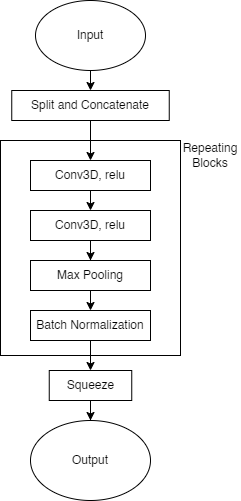
not-JASH/Trading-AI-3 keeps this draw.io diagram as MATLAB/Notes/Figures/Architecture Diagram/Set Encoding Layer.drawio.png. Above is the earlier version. Source tidied: cells renumbered, new cells last; positions are measured from the earlier drawing's top-left corner, leaving out a move shared by most shapes.
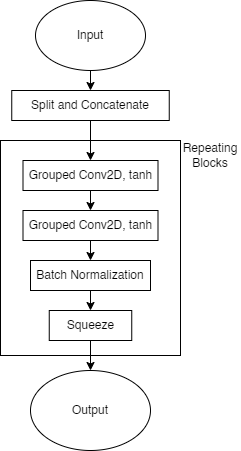
The same diagram one commit later.

Change to the diagram source:
```diff
@@ -14,38 +14,26 @@
     <mxCell id="5" value="Split and Concatenate" style="rounded=0;whiteSpace=wrap;html=1;" parent="1" vertex="1">
       <mxGeometry x="11.2" y="90" width="157.5" height="30" as="geometry" />
     </mxCell>
-    <mxCell id="6" style="edgeStyle=orthogonalEdgeStyle;rounded=0;jettySize=auto;html=1;exitX=0.5;exitY=1;exitDx=0;exitDy=0;entryX=0.5;entryY=0;entryDx=0;entryDy=0;" parent="1" edge="1" source="7" target="9">
-      <mxGeometry relative="1" as="geometry" />
-    </mxCell>
+    <mxCell id="19" style="edgeStyle=orthogonalEdgeStyle;rounded=0;jettySize=auto;html=1;exitX=0.5;exitY=1;exitDx=0;exitDy=0;entryX=0.5;entryY=0;entryDx=0;entryDy=0;" parent="1" edge="1" source="7" target="21">
+      <mxGeometry relative="1" as="geometry" />
+    </mxCell>
-    <mxCell id="7" value="Conv3D, relu" style="rounded=0;whiteSpace=wrap;html=1;" parent="1" vertex="1">
-      <mxGeometry x="30" y="160" width="120" height="30" as="geometry" />
+    <mxCell id="7" value="Grouped Conv2D, tanh" style="rounded=0;whiteSpace=wrap;html=1;" parent="1" vertex="1">
+      <mxGeometry x="22.5" y="160" width="135" height="30" as="geometry" />
     </mxCell>
-    <mxCell id="8" style="edgeStyle=orthogonalEdgeStyle;rounded=0;jettySize=auto;html=1;exitX=0.5;exitY=1;exitDx=0;exitDy=0;" parent="1" edge="1" source="9" target="11">
-      <mxGeometry relative="1" as="geometry" />
-    </mxCell>
-    <mxCell id="9" value="Conv3D, relu" style="rounded=0;whiteSpace=wrap;html=1;" parent="1" vertex="1">
-      <mxGeometry x="30" y="210" width="120" height="30" as="geometry" />
-    </mxCell>
-    <mxCell id="10" style="edgeStyle=orthogonalEdgeStyle;rounded=0;jettySize=auto;html=1;exitX=0.5;exitY=1;exitDx=0;exitDy=0;entryX=0.5;entryY=0;entryDx=0;entryDy=0;" parent="1" edge="1" source="11" target="13">
-      <mxGeometry relative="1" as="geometry" />
-    </mxCell>
-    <mxCell id="11" value="Max Pooling" style="rounded=0;whiteSpace=wrap;html=1;" parent="1" vertex="1">
-      <mxGeometry x="30" y="260" width="120" height="30" as="geometry" />
-    </mxCell>
     <mxCell id="12" style="edgeStyle=orthogonalEdgeStyle;rounded=0;jettySize=auto;html=1;exitX=0.5;exitY=1;exitDx=0;exitDy=0;entryX=0.5;entryY=0;entryDx=0;entryDy=0;" parent="1" edge="1" source="13" target="15">
       <mxGeometry relative="1" as="geometry" />
     </mxCell>
     <mxCell id="13" value="Batch Normalization" style="rounded=0;whiteSpace=wrap;html=1;" parent="1" vertex="1">
-      <mxGeometry x="30" y="310" width="120" height="30" as="geometry" />
+      <mxGeometry x="30" y="260" width="120" height="30" as="geometry" />
     </mxCell>
     <mxCell id="14" style="edgeStyle=orthogonalEdgeStyle;rounded=0;jettySize=auto;html=1;exitX=0.5;exitY=1;exitDx=0;exitDy=0;" parent="1" edge="1" source="15" target="16">
       <mxGeometry relative="1" as="geometry" />
     </mxCell>
     <mxCell id="15" value="Squeeze" style="rounded=0;whiteSpace=wrap;html=1;" parent="1" vertex="1">
-      <mxGeometry x="48.8" y="370" width="82.5" height="30" as="geometry" />
+      <mxGeometry x="48.8" y="310" width="82.5" height="30" as="geometry" />
     </mxCell>
     <mxCell id="16" value="Output" style="ellipse;whiteSpace=wrap;html=1;" parent="1" vertex="1">
-      <mxGeometry x="30" y="420" width="120" height="80" as="geometry" />
+      <mxGeometry x="30" y="370" width="120" height="80" as="geometry" />
     </mxCell>
     <mxCell id="17" style="rounded=0;whiteSpace=wrap;html=1;fillColor=none;" parent="1" vertex="1">
       <mxGeometry y="140" width="180" height="215" as="geometry" />
@@ -53,5 +41,11 @@
     <mxCell id="18" value="Repeating Blocks" style="text;html=1;strokeColor=none;fillColor=none;align=center;verticalAlign=middle;whiteSpace=wrap;rounded=0;" parent="1" vertex="1">
       <mxGeometry x="180" y="140" width="60" height="30" as="geometry" />
     </mxCell>
+    <mxCell id="20" style="edgeStyle=orthogonalEdgeStyle;rounded=0;jettySize=auto;html=1;exitX=0.5;exitY=1;exitDx=0;exitDy=0;entryX=0.5;entryY=0;entryDx=0;entryDy=0;" parent="1" edge="1" source="21" target="13">
+      <mxGeometry relative="1" as="geometry" />
+    </mxCell>
+    <mxCell id="21" value="Grouped Conv2D, tanh" style="rounded=0;whiteSpace=wrap;html=1;" parent="1" vertex="1">
+      <mxGeometry x="22.5" y="210" width="135" height="30" as="geometry" />
+    </mxCell>
   </root>
 </mxGraphModel>
```
